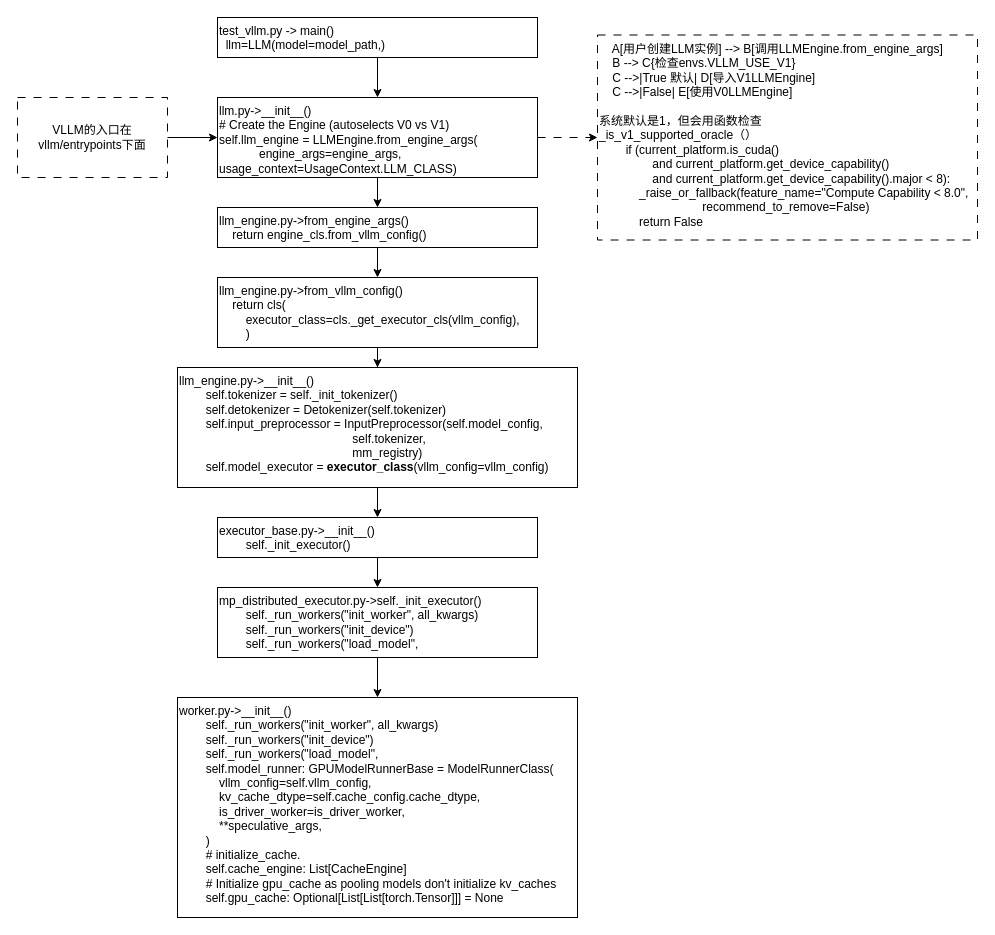
Earlier version of the draw.io diagram vllm.drawio (redfish1030/draw.io). Source tidied: cells renumbered, new cells numbered last; positions are measured from the earlier drawing's top-left corner, leaving out a move shared by most shapes. Both pictures are drawn from the tidied source at 100%, with x=0, y=0 at pixel (17, 17).
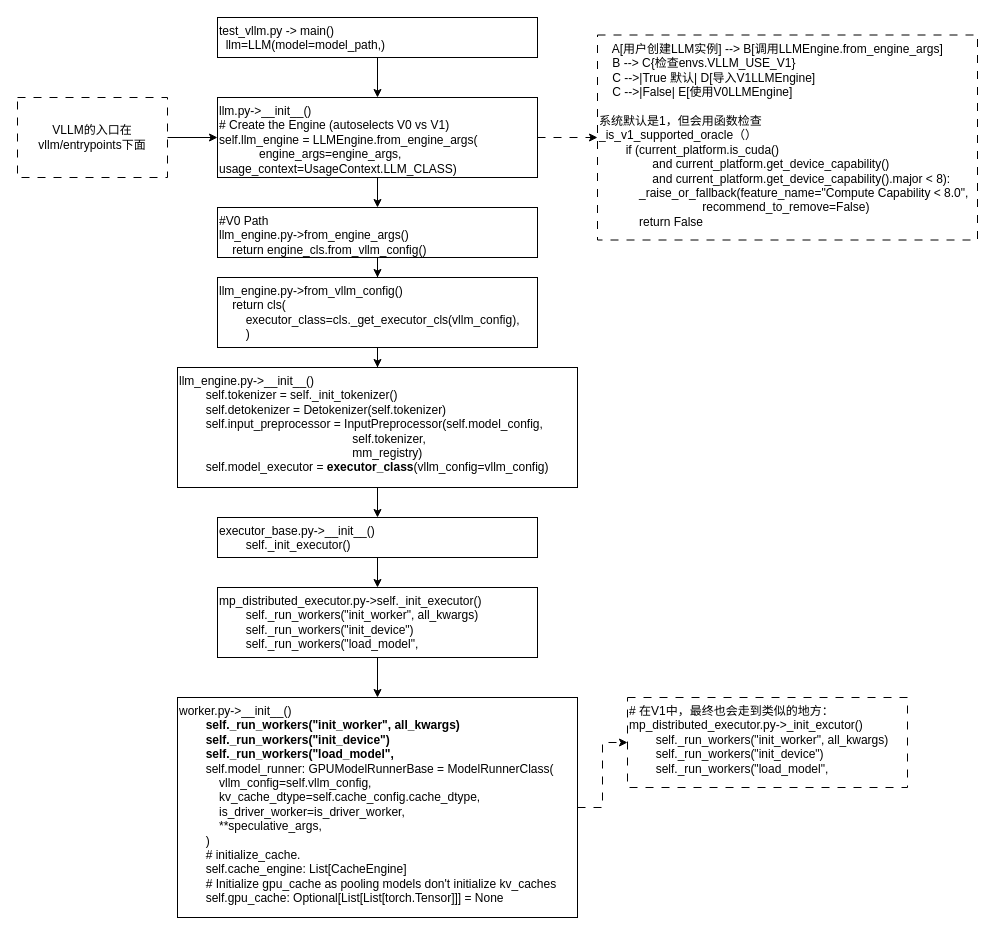
The same page after the edit.

Change to the diagram source:
```diff
@@
-    <mxCell id="10" value="llm_engine.py-&amp;gt;from_engine_args()&lt;br&gt;&amp;nbsp; &amp;nbsp; return engine_cls.from_vllm_config()" style="rounded=0;whiteSpace=wrap;html=1;align=left;verticalAlign=top;" parent="1" vertex="1">
-      <mxGeometry x="200" y="190" width="320" height="40" as="geometry" />
+    <mxCell id="10" value="&lt;div&gt;#V0 Path&lt;/div&gt;llm_engine.py-&amp;gt;from_engine_args()&lt;br&gt;&amp;nbsp; &amp;nbsp; return engine_cls.from_vllm_config()" style="rounded=0;whiteSpace=wrap;html=1;align=left;verticalAlign=top;" parent="1" vertex="1">
+      <mxGeometry x="200" y="190" width="320" height="50" as="geometry" />
     </mxCell>
@@
+    <mxCell id="21" style="edgeStyle=orthogonalEdgeStyle;rounded=0;jettySize=auto;html=1;fontFamily=Helvetica;fontSize=12;fontColor=default;dashed=1;dashPattern=8 8;" parent="1" edge="1" source="19" target="22">
+      <mxGeometry relative="1" as="geometry" />
+    </mxCell>
-    <mxCell id="19" value="worker.py-&gt;__init__()&#10;        self._run_workers(&quot;init_worker&quot;, all_kwargs)&#10;        self._run_workers(&quot;init_device&quot;)&#10;        self._run_workers(&quot;load_model&quot;,&#10;        self.model_runner: GPUModelRunnerBase = ModelRunnerClass(&#10;            vllm_config=self.vllm_config,&#10;            kv_cache_dtype=self.cache_config.cache_dtype,&#10;            is_driver_worker=is_driver_worker,&#10;            **speculative_args,&#10;        )&#10;        # initialize_cache.&#10;        self.cache_engine: List[CacheEngine]&#10;        # Initialize gpu_cache as pooling models don't initialize kv_caches&#10;        self.gpu_cache: Optional[List[List[torch.Tensor]]] = None" style="rounded=0;whiteSpace=wrap;html=1;align=left;verticalAlign=top;" parent="1" vertex="1">
+    <mxCell id="19" value="worker.py-&amp;gt;__init__()&lt;br&gt;&lt;b&gt;&amp;nbsp; &amp;nbsp; &amp;nbsp; &amp;nbsp; self._run_workers(&quot;init_worker&quot;, all_kwargs)&lt;br&gt;&amp;nbsp; &amp;nbsp; &amp;nbsp; &amp;nbsp; self._run_workers(&quot;init_device&quot;)&lt;br&gt;&amp;nbsp; &amp;nbsp; &amp;nbsp; &amp;nbsp; self._run_workers(&quot;load_model&quot;,&lt;/b&gt;&lt;br&gt;&amp;nbsp; &amp;nbsp; &amp;nbsp; &amp;nbsp; self.model_runner: GPUModelRunnerBase = ModelRunnerClass(&lt;br&gt;&amp;nbsp; &amp;nbsp; &amp;nbsp; &amp;nbsp; &amp;nbsp; &amp;nbsp; vllm_config=self.vllm_config,&lt;br&gt;&amp;nbsp; &amp;nbsp; &amp;nbsp; &amp;nbsp; &amp;nbsp; &amp;nbsp; kv_cache_dtype=self.cache_config.cache_dtype,&lt;br&gt;&amp;nbsp; &amp;nbsp; &amp;nbsp; &amp;nbsp; &amp;nbsp; &amp;nbsp; is_driver_worker=is_driver_worker,&lt;br&gt;&amp;nbsp; &amp;nbsp; &amp;nbsp; &amp;nbsp; &amp;nbsp; &amp;nbsp; **speculative_args,&lt;br&gt;&amp;nbsp; &amp;nbsp; &amp;nbsp; &amp;nbsp; )&lt;br&gt;&amp;nbsp; &amp;nbsp; &amp;nbsp; &amp;nbsp; # initialize_cache.&lt;br&gt;&amp;nbsp; &amp;nbsp; &amp;nbsp; &amp;nbsp; self.cache_engine: List[CacheEngine]&lt;br&gt;&amp;nbsp; &amp;nbsp; &amp;nbsp; &amp;nbsp; # Initialize gpu_cache as pooling models don't initialize kv_caches&lt;br&gt;&amp;nbsp; &amp;nbsp; &amp;nbsp; &amp;nbsp; self.gpu_cache: Optional[List[List[torch.Tensor]]] = None" style="rounded=0;whiteSpace=wrap;html=1;align=left;verticalAlign=top;" parent="1" vertex="1">
       <mxGeometry x="160" y="680" width="400" height="220" as="geometry" />
     </mxCell>
@@
+    <mxCell id="22" value="&lt;div&gt;# 在V1中，最终也会走到类似的地方：&lt;/div&gt;mp_distributed_executor.py-&amp;gt;_init_excutor()&lt;br&gt;&amp;nbsp; &amp;nbsp; &amp;nbsp; &amp;nbsp; self._run_workers(&quot;init_worker&quot;, all_kwargs)&lt;br&gt;&amp;nbsp; &amp;nbsp; &amp;nbsp; &amp;nbsp; self._run_workers(&quot;init_device&quot;)&lt;br&gt;&amp;nbsp; &amp;nbsp; &amp;nbsp; &amp;nbsp; self._run_workers(&quot;load_model&quot;," style="rounded=0;whiteSpace=wrap;html=1;align=left;verticalAlign=top;dashed=1;dashPattern=8 8;" parent="1" vertex="1">
+      <mxGeometry x="610" y="680" width="280" height="90" as="geometry" />
+    </mxCell>
```
